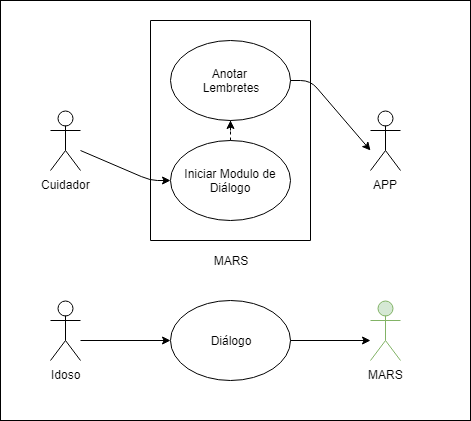
Earlier version of the draw.io export Diagrama de casos.png (Fmendes21/Fmendes21.github.io). Source tidied: cells renumbered, new cells last; positions are measured from the earlier drawing's top-left corner, leaving out a move shared by most shapes.
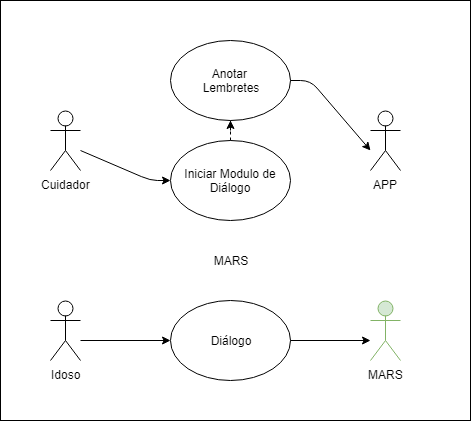
The same diagram one commit later.

Diff of the diagram source:
```diff
@@ -36,30 +36,6 @@
     <mxCell id="11" value="Iniciar Modulo de&lt;br&gt;Diálogo&lt;br&gt;" style="ellipse;whiteSpace=wrap;html=1;" parent="1" vertex="1">
       <mxGeometry x="170" y="140" width="120" height="80" as="geometry" />
     </mxCell>
-    <mxCell id="12" style="endArrow=none;html=1;" parent="1" edge="1">
-      <mxGeometry relative="1" as="geometry">
-        <mxPoint x="150" y="240" as="sourcePoint" />
-        <mxPoint x="150" y="20" as="targetPoint" />
-      </mxGeometry>
-    </mxCell>
-    <mxCell id="13" style="endArrow=none;html=1;" parent="1" edge="1">
-      <mxGeometry relative="1" as="geometry">
-        <mxPoint x="150" y="240" as="sourcePoint" />
-        <mxPoint x="310" y="240" as="targetPoint" />
-      </mxGeometry>
-    </mxCell>
-    <mxCell id="14" style="endArrow=none;html=1;" parent="1" edge="1">
-      <mxGeometry relative="1" as="geometry">
-        <mxPoint x="310" y="240" as="sourcePoint" />
-        <mxPoint x="310" y="20" as="targetPoint" />
-      </mxGeometry>
-    </mxCell>
-    <mxCell id="15" style="endArrow=none;html=1;" parent="1" edge="1">
-      <mxGeometry relative="1" as="geometry">
-        <mxPoint x="150" y="20" as="sourcePoint" />
-        <mxPoint x="310" y="20" as="targetPoint" />
-      </mxGeometry>
-    </mxCell>
     <mxCell id="16" style="endArrow=classic;html=1;entryX=0;entryY=0.5;entryDx=0;entryDy=0;" parent="1" edge="1" target="11">
       <mxGeometry relative="1" as="geometry">
         <mxPoint x="80" y="150" as="sourcePoint" />
```
